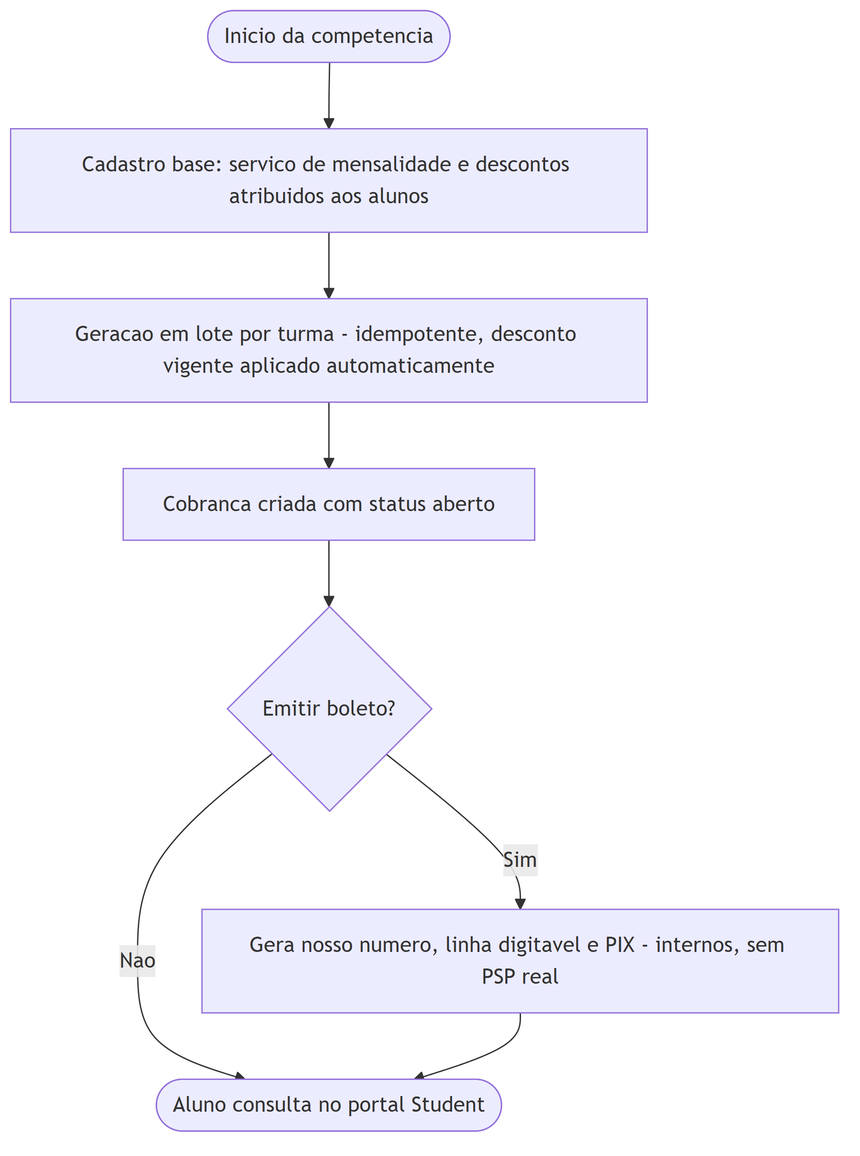
Earlier version of the Mermaid export docs/diagramas/png/ativ-financeiro.png (bebberjoao/RoosterOneBackend). Its source is kept beside it as docs/diagramas/src/ativ-financeiro.mmd. Source of this version:
```mermaid
%%{init: {'flowchart': {'wrappingWidth': 420}}}%%
flowchart TD
  A([Inicio da competencia]) --> B["Cadastro base: servico de mensalidade e descontos atribuidos aos alunos"]
  B --> C["Geracao em lote por turma - idempotente, desconto vigente aplicado automaticamente"]
  C --> D["Cobranca criada com status aberto"]
  D --> E{"Emitir boleto?"}
  E -->|Sim| F["Gera nosso numero, linha digitavel e PIX - internos, sem PSP real"]
  E -->|Nao| G([Aluno consulta no portal Student])
  F --> G
```
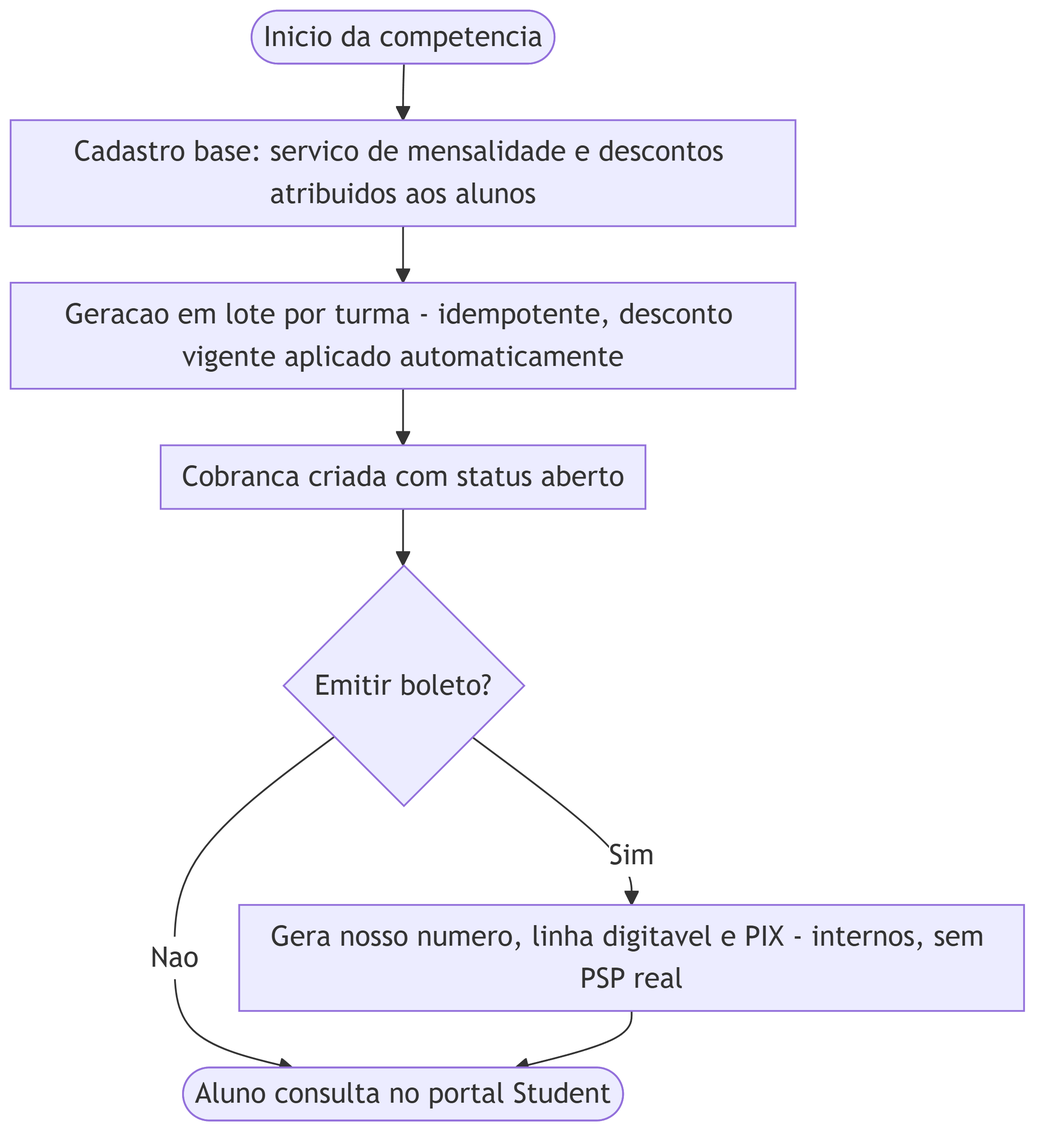
Above is the later version.

The edit, as a diff of the source:
```diff
@@ -1,4 +1,4 @@
-%%{init: {'flowchart': {'wrappingWidth': 420}}}%%
+%%{init: {"flowchart":{"wrappingWidth":420,"nodeSpacing":26,"rankSpacing":32,"padding":6,"diagramPadding":6}}}%%
 flowchart TD
   A([Inicio da competencia]) --> B["Cadastro base: servico de mensalidade e descontos atribuidos aos alunos"]
   B --> C["Geracao em lote por turma - idempotente, desconto vigente aplicado automaticamente"]
```
